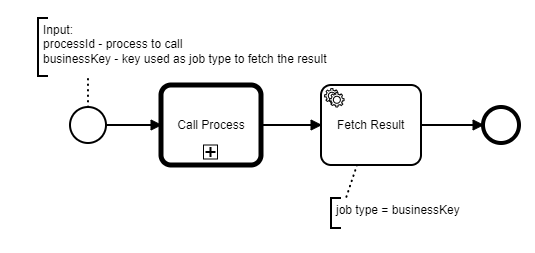
This is docs/assets/external-tool-integration.png from zeebe-io/zeebe-cluster-testbench, a BPMN export, as it was before one commit. Its source is kept beside it as workflows/external-tool-integration.bpmn. Ids are renumbered.
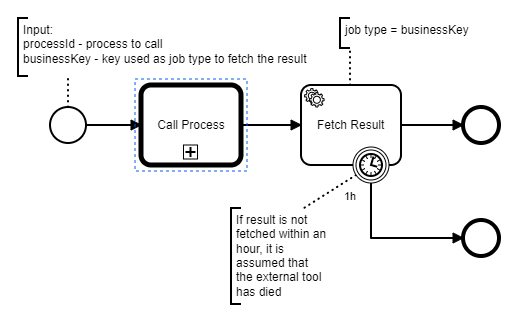
The same diagram one commit later.

Commit message:
chore(workflows): add timeout for external tools to fetch result of run

Change to the diagram source:
```diff
@@ -1,4 +1,4 @@
-<bpmn:definitions xmlns:bpmn="http://www.omg.org/spec/BPMN/20100524/MODEL" xmlns:bpmndi="http://www.omg.org/spec/BPMN/20100524/DI" xmlns:dc="http://www.omg.org/spec/DD/20100524/DC" xmlns:zeebe="http://camunda.org/schema/zeebe/1.0" xmlns:di="http://www.omg.org/spec/DD/20100524/DI" id="Definitions_n1" targetNamespace="http://bpmn.io/schema/bpmn" exporter="Zeebe Modeler" exporterVersion="0.10.0">
+<bpmn:definitions xmlns:bpmn="http://www.omg.org/spec/BPMN/20100524/MODEL" xmlns:bpmndi="http://www.omg.org/spec/BPMN/20100524/DI" xmlns:dc="http://www.omg.org/spec/DD/20100524/DC" xmlns:zeebe="http://camunda.org/schema/zeebe/1.0" xmlns:di="http://www.omg.org/spec/DD/20100524/DI" xmlns:xsi="http://www.w3.org/2001/XMLSchema-instance" id="Definitions_n1" targetNamespace="http://bpmn.io/schema/bpmn" exporter="Zeebe Modeler" exporterVersion="0.10.0">
   <bpmn:process id="external-tool-integration" name="External Tool Integration" isExecutable="true">
     <bpmn:startEvent id="StartEvent_1">
       <bpmn:outgoing>Flow_n2</bpmn:outgoing>
@@ -23,6 +23,16 @@
       <bpmn:incoming>Flow_n4</bpmn:incoming>
       <bpmn:outgoing>Flow_n6</bpmn:outgoing>
     </bpmn:serviceTask>
+    <bpmn:boundaryEvent id="Event_n11" name="1h" attachedToRef="fetch-result-job">
+      <bpmn:outgoing>Flow_n12</bpmn:outgoing>
+      <bpmn:timerEventDefinition id="TimerEventDefinition_n13">
+        <bpmn:timeDuration xsi:type="bpmn:tFormalExpression">PT1H</bpmn:timeDuration>
+      </bpmn:timerEventDefinition>
+    </bpmn:boundaryEvent>
+    <bpmn:endEvent id="Event_n14">
+      <bpmn:incoming>Flow_n12</bpmn:incoming>
+    </bpmn:endEvent>
+    <bpmn:sequenceFlow id="Flow_n12" sourceRef="Event_n11" targetRef="Event_n14" />
     <bpmn:textAnnotation id="TextAnnotation_n7">
       <bpmn:text>Input:
 processId - process to call
@@ -33,26 +43,35 @@
       <bpmn:text>job type = businessKey</bpmn:text>
     </bpmn:textAnnotation>
     <bpmn:association id="Association_n10" sourceRef="fetch-result-job" targetRef="TextAnnotation_n9" />
+    <bpmn:textAnnotation id="TextAnnotation_n15">
+      <bpmn:text>If result is not fetched within an hour, it is assumed that the external tool has died</bpmn:text>
+    </bpmn:textAnnotation>
+    <bpmn:association id="Association_n16" sourceRef="Event_n11" targetRef="TextAnnotation_n15" />
   </bpmn:process>
   <bpmndi:BPMNDiagram id="BPMNDiagram_1">
     <bpmndi:BPMNPlane id="BPMNPlane_1" bpmnElement="external-tool-integration">
-      <bpmndi:BPMNShape id="TextAnnotation_n7_di" bpmnElement="TextAnnotation_n7">
-        <dc:Bounds x="147" y="70" width="323" height="58" />
+      <bpmndi:BPMNShape id="TextAnnotation_n9_di" bpmnElement="TextAnnotation_n9">
+        <dc:Bounds x="469" y="70" width="180" height="30" />
       </bpmndi:BPMNShape>
-      <bpmndi:BPMNShape id="TextAnnotation_n9_di" bpmnElement="TextAnnotation_n9">
-        <dc:Bounds x="440" y="250" width="180" height="30" />
+      <bpmndi:BPMNShape id="TextAnnotation_n15_di" bpmnElement="TextAnnotation_n15">
+        <dc:Bounds x="360" y="260" width="100" height="96" />
       </bpmndi:BPMNShape>
-      <bpmndi:BPMNEdge id="Flow_n2_di" bpmnElement="Flow_n2">
-        <di:waypoint x="215" y="177" />
-        <di:waypoint x="270" y="177" />
+      <bpmndi:BPMNEdge id="Flow_n6_di" bpmnElement="Flow_n6">
+        <di:waypoint x="530" y="177" />
+        <di:waypoint x="592" y="177" />
       </bpmndi:BPMNEdge>
       <bpmndi:BPMNEdge id="Flow_n4_di" bpmnElement="Flow_n4">
         <di:waypoint x="370" y="177" />
         <di:waypoint x="430" y="177" />
       </bpmndi:BPMNEdge>
-      <bpmndi:BPMNEdge id="Flow_n6_di" bpmnElement="Flow_n6">
-        <di:waypoint x="530" y="177" />
-        <di:waypoint x="592" y="177" />
+      <bpmndi:BPMNEdge id="Flow_n2_di" bpmnElement="Flow_n2">
+        <di:waypoint x="215" y="177" />
+        <di:waypoint x="270" y="177" />
+      </bpmndi:BPMNEdge>
+      <bpmndi:BPMNEdge id="Flow_n12_di" bpmnElement="Flow_n12">
+        <di:waypoint x="500" y="235" />
+        <di:waypoint x="500" y="290" />
+        <di:waypoint x="592" y="290" />
       </bpmndi:BPMNEdge>
       <bpmndi:BPMNShape id="_BPMNShape_StartEvent_2" bpmnElement="StartEvent_1">
         <dc:Bounds x="179" y="159" width="36" height="36" />
@@ -66,14 +85,30 @@
       <bpmndi:BPMNShape id="Activity_13w3rk2_di" bpmnElement="fetch-result-job">
         <dc:Bounds x="430" y="137" width="100" height="80" />
       </bpmndi:BPMNShape>
+      <bpmndi:BPMNShape id="TextAnnotation_n7_di" bpmnElement="TextAnnotation_n7">
+        <dc:Bounds x="147" y="70" width="323" height="58" />
+      </bpmndi:BPMNShape>
+      <bpmndi:BPMNShape id="Event_n14_di" bpmnElement="Event_n14">
+        <dc:Bounds x="592" y="272" width="36" height="36" />
+      </bpmndi:BPMNShape>
       <bpmndi:BPMNEdge id="Association_n8_di" bpmnElement="Association_n8">
         <di:waypoint x="197" y="159" />
         <di:waypoint x="197" y="128" />
       </bpmndi:BPMNEdge>
       <bpmndi:BPMNEdge id="Association_n10_di" bpmnElement="Association_n10">
-        <di:waypoint x="466" y="217" />
-        <di:waypoint x="455" y="250" />
+        <di:waypoint x="479" y="137" />
+        <di:waypoint x="479" y="100" />
       </bpmndi:BPMNEdge>
+      <bpmndi:BPMNEdge id="Association_n16_di" bpmnElement="Association_n16">
+        <di:waypoint x="485" y="227" />
+        <di:waypoint x="433" y="260" />
+      </bpmndi:BPMNEdge>
+      <bpmndi:BPMNShape id="Event_0b0gw1n_di" bpmnElement="Event_n11">
+        <dc:Bounds x="482" y="199" width="36" height="36" />
+        <bpmndi:BPMNLabel>
+          <dc:Bounds x="473" y="242" width="13" height="14" />
+        </bpmndi:BPMNLabel>
+      </bpmndi:BPMNShape>
     </bpmndi:BPMNPlane>
   </bpmndi:BPMNDiagram>
 </bpmn:definitions>
```
